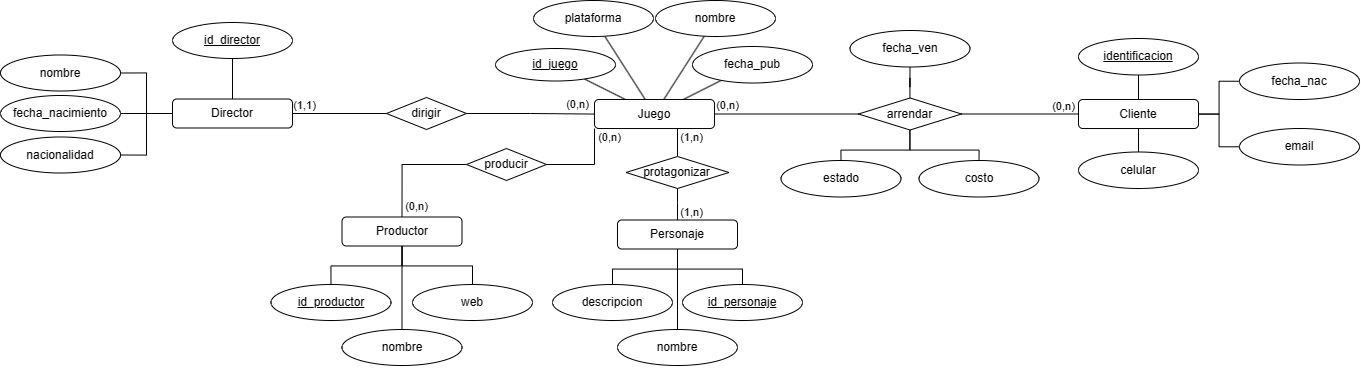
Above: Diagrama UML.png in Magnico/GameRent (draw.io), before the change. Source tidied: cells renumbered, new cells last; positions are measured from the earlier drawing's top-left corner, leaving out a move shared by most shapes.
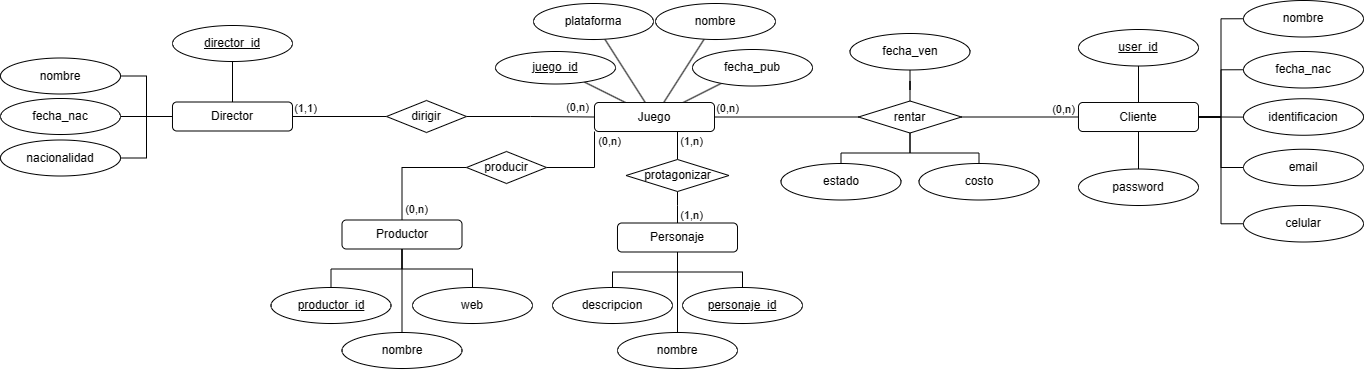
Above is the later version.

Change to the diagram source:
```diff
@@ -8,10 +8,10 @@
     <mxCell id="3" style="edgeStyle=orthogonalEdgeStyle;rounded=0;jettySize=auto;html=1;entryX=0;entryY=0.5;entryDx=0;entryDy=0;endArrow=none;endFill=0;" parent="1" edge="1" source="8" target="57">
       <mxGeometry relative="1" as="geometry" />
     </mxCell>
-    <mxCell id="4" style="edgeStyle=orthogonalEdgeStyle;rounded=0;jettySize=auto;html=1;endArrow=none;endFill=0;" parent="1" edge="1" source="8" target="59">
+    <mxCell id="4" style="edgeStyle=orthogonalEdgeStyle;rounded=0;jettySize=auto;html=1;endArrow=none;endFill=0;entryX=0;entryY=0.5;entryDx=0;entryDy=0;" parent="1" edge="1" source="8" target="59">
       <mxGeometry relative="1" as="geometry" />
     </mxCell>
-    <mxCell id="5" style="edgeStyle=orthogonalEdgeStyle;rounded=0;jettySize=auto;html=1;endArrow=none;endFill=0;" parent="1" edge="1" source="8" target="58">
+    <mxCell id="5" style="edgeStyle=orthogonalEdgeStyle;rounded=0;jettySize=auto;html=1;endArrow=none;endFill=0;entryX=0;entryY=0.5;entryDx=0;entryDy=0;" parent="1" edge="1" source="8" target="58">
       <mxGeometry relative="1" as="geometry" />
     </mxCell>
     <mxCell id="6" style="edgeStyle=orthogonalEdgeStyle;rounded=0;jettySize=auto;html=1;endArrow=none;endFill=0;" parent="1" edge="1" source="8" target="66">
@@ -22,6 +22,15 @@
         <mxPoint x="29" y="-8" as="offset" />
       </mxGeometry>
     </mxCell>
+    <mxCell id="70" style="edgeStyle=orthogonalEdgeStyle;rounded=0;jettySize=auto;html=1;entryX=0;entryY=0.5;entryDx=0;entryDy=0;endArrow=none;endFill=0;" parent="1" edge="1" source="8" target="73">
+      <mxGeometry relative="1" as="geometry" />
+    </mxCell>
+    <mxCell id="71" style="edgeStyle=orthogonalEdgeStyle;rounded=0;jettySize=auto;html=1;endArrow=none;endFill=0;" parent="1" edge="1" source="8" target="74">
+      <mxGeometry relative="1" as="geometry" />
+    </mxCell>
+    <mxCell id="72" style="edgeStyle=orthogonalEdgeStyle;rounded=0;jettySize=auto;html=1;endArrow=none;endFill=0;" parent="1" edge="1" source="8" target="75">
+      <mxGeometry relative="1" as="geometry" />
+    </mxCell>
     <mxCell id="8" value="Cliente" style="rounded=1;whiteSpace=wrap;html=1;" parent="1" vertex="1">
       <mxGeometry x="1078" y="99" width="120" height="29" as="geometry" />
     </mxCell>
@@ -72,7 +81,7 @@
     <mxCell id="23" value="Director" style="rounded=1;whiteSpace=wrap;html=1;" parent="1" vertex="1">
       <mxGeometry x="172" y="98.5" width="120" height="29" as="geometry" />
     </mxCell>
-    <mxCell id="24" value="fecha_nacimiento" style="ellipse;whiteSpace=wrap;html=1;" parent="1" vertex="1">
+    <mxCell id="24" value="fecha_nac" style="ellipse;whiteSpace=wrap;html=1;" parent="1" vertex="1">
       <mxGeometry y="95" width="120" height="36" as="geometry" />
     </mxCell>
     <mxCell id="25" value="nacionalidad" style="ellipse;whiteSpace=wrap;html=1;" parent="1" vertex="1">
@@ -118,10 +127,10 @@
     <mxCell id="37" value="web" style="ellipse;whiteSpace=wrap;html=1;" parent="1" vertex="1">
       <mxGeometry x="412" y="284" width="120" height="36" as="geometry" />
     </mxCell>
-    <mxCell id="38" value="id_productor" style="ellipse;whiteSpace=wrap;html=1;fontStyle=4;" parent="1" vertex="1">
+    <mxCell id="38" value="productor_id" style="ellipse;whiteSpace=wrap;html=1;fontStyle=4;" parent="1" vertex="1">
       <mxGeometry x="270.5" y="284" width="120" height="36" as="geometry" />
     </mxCell>
-    <mxCell id="39" value="id_director" style="ellipse;whiteSpace=wrap;html=1;fontStyle=4;" parent="1" vertex="1">
+    <mxCell id="39" value="director_id" style="ellipse;whiteSpace=wrap;html=1;fontStyle=4;" parent="1" vertex="1">
       <mxGeometry x="172" y="22" width="120" height="36" as="geometry" />
     </mxCell>
     <mxCell id="40" style="edgeStyle=orthogonalEdgeStyle;rounded=0;jettySize=auto;html=1;entryX=0;entryY=1;entryDx=0;entryDy=0;endArrow=none;endFill=0;" parent="1" edge="1" source="42" target="13">
@@ -181,23 +190,23 @@
     <mxCell id="53" value="descripcion" style="ellipse;whiteSpace=wrap;html=1;" parent="1" vertex="1">
       <mxGeometry x="552" y="284" width="120" height="36" as="geometry" />
     </mxCell>
-    <mxCell id="54" value="id_personaje" style="ellipse;whiteSpace=wrap;html=1;fontStyle=4;" parent="1" vertex="1">
+    <mxCell id="54" value="personaje_id" style="ellipse;whiteSpace=wrap;html=1;fontStyle=4;" parent="1" vertex="1">
       <mxGeometry x="682" y="284" width="120" height="36" as="geometry" />
     </mxCell>
-    <mxCell id="55" value="id_juego" style="ellipse;whiteSpace=wrap;html=1;fontStyle=4;" parent="1" vertex="1">
+    <mxCell id="55" value="juego_id" style="ellipse;whiteSpace=wrap;html=1;fontStyle=4;" parent="1" vertex="1">
       <mxGeometry x="495" y="48" width="120" height="32.5" as="geometry" />
     </mxCell>
-    <mxCell id="56" value="&lt;u&gt;identificacion&lt;/u&gt;" style="ellipse;whiteSpace=wrap;html=1;" parent="1" vertex="1">
-      <mxGeometry x="1078" y="38" width="120" height="36.5" as="geometry" />
+    <mxCell id="56" value="identificacion" style="ellipse;whiteSpace=wrap;html=1;" parent="1" vertex="1">
+      <mxGeometry x="1243" y="95.2" width="120" height="36.5" as="geometry" />
     </mxCell>
     <mxCell id="57" value="fecha_nac" style="ellipse;whiteSpace=wrap;html=1;" parent="1" vertex="1">
-      <mxGeometry x="1239" y="62.5" width="120" height="36.5" as="geometry" />
+      <mxGeometry x="1243" y="48" width="120" height="36.5" as="geometry" />
     </mxCell>
     <mxCell id="58" value="celular" style="ellipse;whiteSpace=wrap;html=1;" parent="1" vertex="1">
-      <mxGeometry x="1078" y="151.5" width="120" height="36.5" as="geometry" />
+      <mxGeometry x="1243" y="202" width="120" height="36.5" as="geometry" />
     </mxCell>
     <mxCell id="59" value="email" style="ellipse;whiteSpace=wrap;html=1;" parent="1" vertex="1">
-      <mxGeometry x="1239" y="128" width="120" height="36.5" as="geometry" />
+      <mxGeometry x="1243" y="145.8" width="120" height="36.5" as="geometry" />
     </mxCell>
     <mxCell id="60" style="edgeStyle=orthogonalEdgeStyle;rounded=0;orthogonalLoop=1;jettySize=auto;html=1;exitX=0.5;exitY=1;exitDx=0;exitDy=0;" parent="1" edge="1" source="52" target="52">
       <mxGeometry relative="1" as="geometry" />
@@ -219,7 +228,7 @@
     <mxCell id="65" style="edgeStyle=orthogonalEdgeStyle;rounded=0;jettySize=auto;html=1;endArrow=none;endFill=0;" parent="1" edge="1" source="66" target="68">
       <mxGeometry relative="1" as="geometry" />
     </mxCell>
-    <mxCell id="66" value="arrendar" style="rhombus;whiteSpace=wrap;html=1;" parent="1" vertex="1">
+    <mxCell id="66" value="rentar" style="rhombus;whiteSpace=wrap;html=1;" parent="1" vertex="1">
       <mxGeometry x="858" y="97.5" width="103" height="32" as="geometry" />
     </mxCell>
     <mxCell id="67" value="fecha_ven" style="ellipse;whiteSpace=wrap;html=1;" parent="1" vertex="1">
@@ -231,5 +240,14 @@
     <mxCell id="69" value="estado" style="ellipse;whiteSpace=wrap;html=1;" parent="1" vertex="1">
       <mxGeometry x="780.5" y="160" width="120" height="36.5" as="geometry" />
     </mxCell>
+    <mxCell id="73" value="nombre" style="ellipse;whiteSpace=wrap;html=1;" parent="1" vertex="1">
+      <mxGeometry x="1243" y="-3" width="120" height="36.5" as="geometry" />
+    </mxCell>
+    <mxCell id="74" value="&lt;u&gt;user_id&lt;/u&gt;" style="ellipse;whiteSpace=wrap;html=1;" parent="1" vertex="1">
+      <mxGeometry x="1078" y="26" width="120" height="36.5" as="geometry" />
+    </mxCell>
+    <mxCell id="75" value="password" style="ellipse;whiteSpace=wrap;html=1;" parent="1" vertex="1">
+      <mxGeometry x="1078" y="165.5" width="120" height="36.5" as="geometry" />
+    </mxCell>
   </root>
 </mxGraphModel>
```
